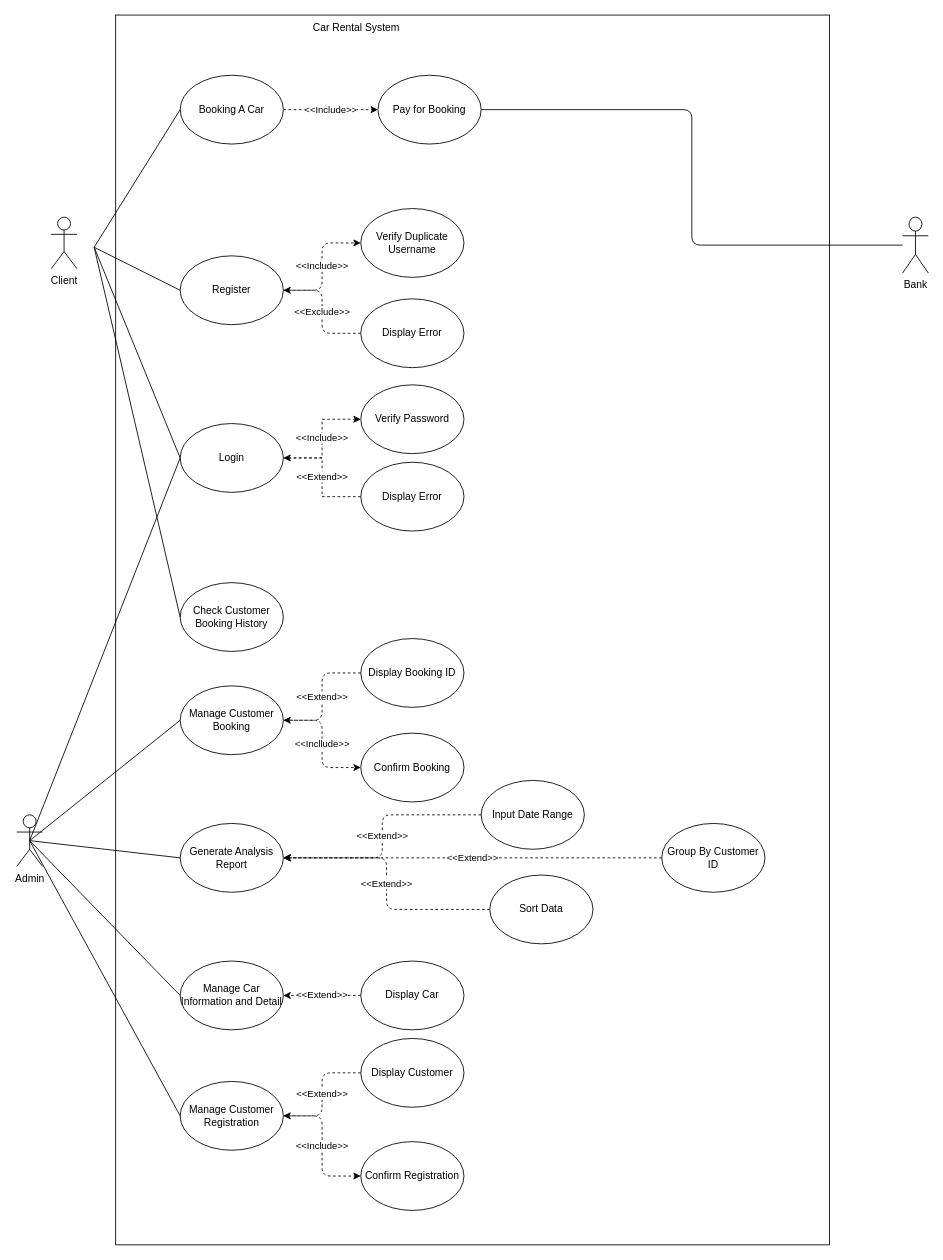
Above: resources/useCaseDiagram.drawio in keyboard-jo/java-project (draw.io), before the change. Source tidied: cells renumbered, new cells numbered last; positions are measured from the earlier drawing's top-left corner, leaving out a move shared by most shapes. Both pictures are drawn from the tidied source at 86%, with x=0, y=0 at pixel (16, 15).
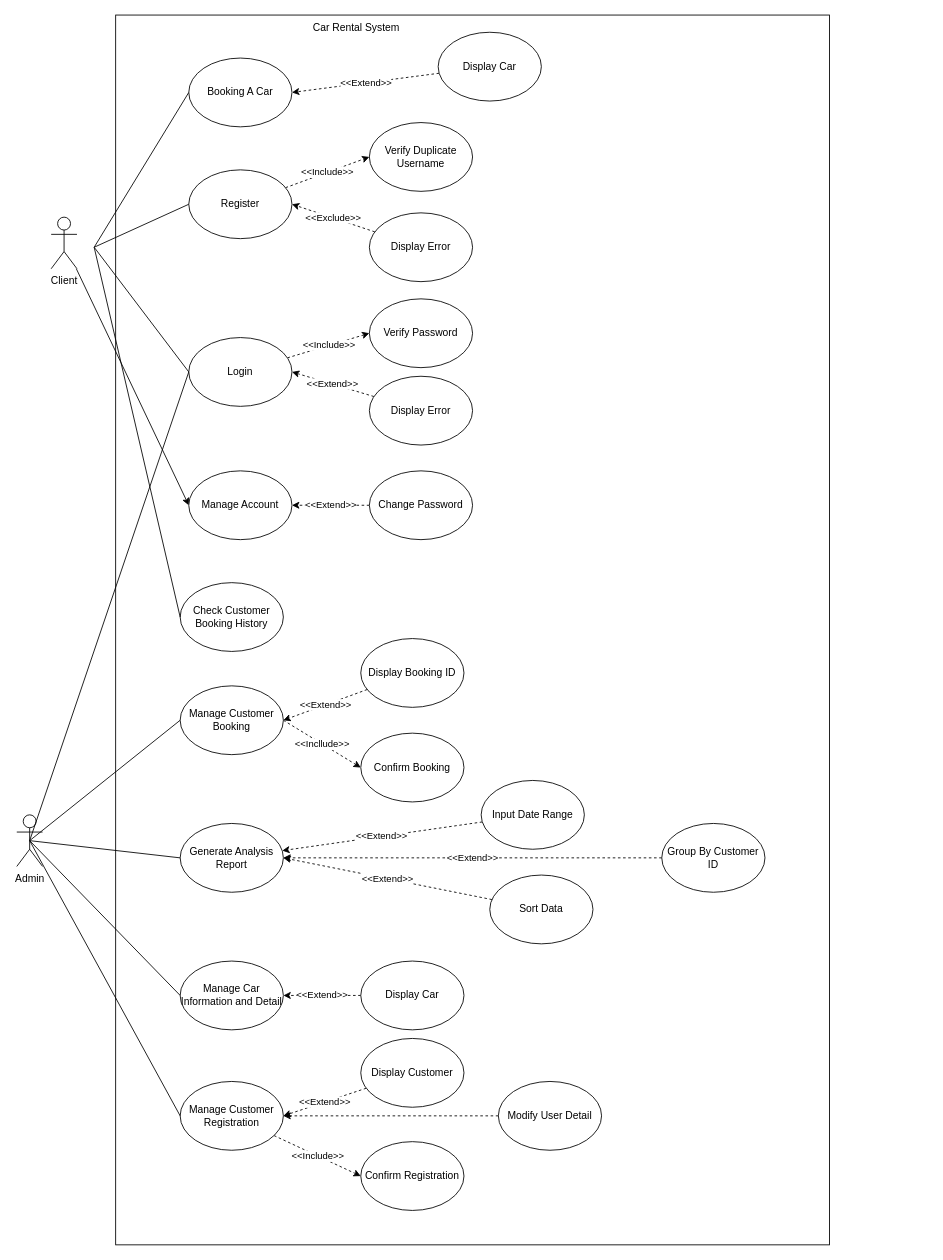
The same page after the edit.

Unchanged cells that the change refers to:
```xml
<mxCell id="16" value="Client" style="shape=umlActor;verticalLabelPosition=bottom;verticalAlign=top;html=1;outlineConnect=0;" parent="1" vertex="1">
  <mxGeometry x="40" y="235" width="30" height="60" as="geometry" />
</mxCell>
<mxCell id="18" value="Generate Analysis Report" style="ellipse;whiteSpace=wrap;html=1;" parent="1" vertex="1">
  <mxGeometry x="190" y="940" width="120" height="80" as="geometry" />
</mxCell>
<mxCell id="22" value="Manage Customer Booking" style="ellipse;whiteSpace=wrap;html=1;" parent="1" vertex="1">
  <mxGeometry x="190" y="780" width="120" height="80" as="geometry" />
</mxCell>
<mxCell id="24" value="Manage Customer Registration" style="ellipse;whiteSpace=wrap;html=1;" parent="1" vertex="1">
  <mxGeometry x="190" y="1240" width="120" height="80" as="geometry" />
</mxCell>
<mxCell id="31" value="Confirm Registration" style="ellipse;whiteSpace=wrap;html=1;" parent="1" vertex="1">
  <mxGeometry x="400" y="1310" width="120" height="80" as="geometry" />
</mxCell>
<mxCell id="32" value="Confirm Booking" style="ellipse;whiteSpace=wrap;html=1;" parent="1" vertex="1">
  <mxGeometry x="400" y="835" width="120" height="80" as="geometry" />
</mxCell>
<mxCell id="34" value="Display Booking ID" style="ellipse;whiteSpace=wrap;html=1;" parent="1" vertex="1">
  <mxGeometry x="400" y="725" width="120" height="80" as="geometry" />
</mxCell>
<mxCell id="39" value="Display Customer" style="ellipse;whiteSpace=wrap;html=1;" parent="1" vertex="1">
  <mxGeometry x="400" y="1190" width="120" height="80" as="geometry" />
</mxCell>
<mxCell id="45" value="Input Date Range" style="ellipse;whiteSpace=wrap;html=1;" parent="1" vertex="1">
  <mxGeometry x="540" y="890" width="120" height="80" as="geometry" />
</mxCell>
<mxCell id="49" value="Sort Data" style="ellipse;whiteSpace=wrap;html=1;" parent="1" vertex="1">
  <mxGeometry x="550" y="1000" width="120" height="80" as="geometry" />
</mxCell>
```

Diff of the diagram source:
```diff
@@
-    <mxCell id="4" value="&amp;lt;&amp;lt;Include&amp;gt;&amp;gt;" style="edgeStyle=orthogonalEdgeStyle;html=1;entryX=0;entryY=0.5;entryDx=0;entryDy=0;dashed=1;" parent="1" edge="1" source="5" target="35">
+    <mxCell id="4" value="&amp;lt;&amp;lt;Include&amp;gt;&amp;gt;" style="html=1;entryX=0;entryY=0.5;entryDx=0;entryDy=0;dashed=1;" parent="1" edge="1" source="5" target="35">
       <mxGeometry relative="1" as="geometry" />
     </mxCell>
     <mxCell id="5" value="Register" style="ellipse;whiteSpace=wrap;html=1;" parent="1" vertex="1">
-      <mxGeometry x="190" y="280" width="120" height="80" as="geometry" />
+      <mxGeometry x="200" y="180" width="120" height="80" as="geometry" />
     </mxCell>
-    <mxCell id="6" value="&amp;lt;&amp;lt;Include&amp;gt;&amp;gt;" style="edgeStyle=orthogonalEdgeStyle;rounded=0;jettySize=auto;html=1;entryX=0;entryY=0.5;entryDx=0;entryDy=0;dashed=1;startArrow=none;startFill=0;endArrow=classic;endFill=1;" parent="1" edge="1" source="7" target="14">
+    <mxCell id="6" value="&amp;lt;&amp;lt;Include&amp;gt;&amp;gt;" style="rounded=0;jettySize=auto;html=1;entryX=0;entryY=0.5;entryDx=0;entryDy=0;dashed=1;startArrow=none;startFill=0;endArrow=classic;endFill=1;" parent="1" edge="1" source="7" target="14">
       <mxGeometry relative="1" as="geometry" />
     </mxCell>
     <mxCell id="7" value="Login" style="ellipse;whiteSpace=wrap;html=1;" parent="1" vertex="1">
-      <mxGeometry x="190" y="475" width="120" height="80" as="geometry" />
+      <mxGeometry x="200" y="375" width="120" height="80" as="geometry" />
     </mxCell>
-    <mxCell id="8" value="&amp;lt;&amp;lt;Include&amp;gt;&amp;gt;" style="edgeStyle=none;html=1;entryX=0;entryY=0.5;entryDx=0;entryDy=0;dashed=1;" parent="1" edge="1" source="9" target="50">
-      <mxGeometry relative="1" as="geometry" />
-    </mxCell>
     <mxCell id="9" value="Booking A Car" style="ellipse;whiteSpace=wrap;html=1;" parent="1" vertex="1">
-      <mxGeometry x="190" y="70" width="120" height="80" as="geometry" />
+      <mxGeometry x="200" y="50" width="120" height="80" as="geometry" />
     </mxCell>
@@
     <mxCell id="14" value="Verify Password" style="ellipse;whiteSpace=wrap;html=1;" parent="1" vertex="1">
-      <mxGeometry x="400" y="430" width="120" height="80" as="geometry" />
+      <mxGeometry x="410" y="330" width="120" height="80" as="geometry" />
     </mxCell>
@@
+    <mxCell id="51" style="edgeStyle=none;html=1;entryX=0;entryY=0.5;entryDx=0;entryDy=0;" parent="1" edge="1" source="16" target="40">
+      <mxGeometry relative="1" as="geometry" />
+    </mxCell>
@@
-    <mxCell id="21" value="&amp;lt;&amp;lt;Incllude&amp;gt;&amp;gt;" style="edgeStyle=orthogonalEdgeStyle;html=1;entryX=0;entryY=0.5;entryDx=0;entryDy=0;dashed=1;" parent="1" edge="1" source="22" target="32">
+    <mxCell id="21" value="&amp;lt;&amp;lt;Incllude&amp;gt;&amp;gt;" style="html=1;entryX=0;entryY=0.5;entryDx=0;entryDy=0;dashed=1;exitX=1;exitY=0.5;exitDx=0;exitDy=0;" parent="1" edge="1" source="22" target="32">
       <mxGeometry relative="1" as="geometry" />
     </mxCell>
@@
-    <mxCell id="23" value="&amp;lt;&amp;lt;Include&amp;gt;&amp;gt;" style="edgeStyle=orthogonalEdgeStyle;html=1;entryX=0;entryY=0.5;entryDx=0;entryDy=0;dashed=1;" parent="1" edge="1" source="24" target="31">
+    <mxCell id="23" value="&amp;lt;&amp;lt;Include&amp;gt;&amp;gt;" style="html=1;entryX=0;entryY=0.5;entryDx=0;entryDy=0;dashed=1;" parent="1" edge="1" source="24" target="31">
       <mxGeometry relative="1" as="geometry" />
     </mxCell>
@@
-    <mxCell id="27" value="&amp;lt;&amp;lt;Extend&amp;gt;&amp;gt;" style="edgeStyle=orthogonalEdgeStyle;rounded=0;jettySize=auto;html=1;entryX=1;entryY=0.5;entryDx=0;entryDy=0;dashed=1;startArrow=none;startFill=0;endArrow=classic;endFill=1;" parent="1" edge="1" source="28" target="7">
+    <mxCell id="27" value="&amp;lt;&amp;lt;Extend&amp;gt;&amp;gt;" style="rounded=0;jettySize=auto;html=1;entryX=1;entryY=0.5;entryDx=0;entryDy=0;dashed=1;startArrow=none;startFill=0;endArrow=classic;endFill=1;" parent="1" edge="1" source="28" target="7">
       <mxGeometry relative="1" as="geometry" />
     </mxCell>
     <mxCell id="28" value="Display Error" style="ellipse;whiteSpace=wrap;html=1;" parent="1" vertex="1">
-      <mxGeometry x="400" y="520" width="120" height="80" as="geometry" />
+      <mxGeometry x="410" y="420" width="120" height="80" as="geometry" />
     </mxCell>
@@
-    <mxCell id="33" value="&amp;lt;&amp;lt;Extend&amp;gt;&amp;gt;" style="edgeStyle=orthogonalEdgeStyle;html=1;entryX=1;entryY=0.5;entryDx=0;entryDy=0;dashed=1;" parent="1" edge="1" source="34" target="22">
+    <mxCell id="33" value="&amp;lt;&amp;lt;Extend&amp;gt;&amp;gt;" style="html=1;entryX=1;entryY=0.5;entryDx=0;entryDy=0;dashed=1;" parent="1" edge="1" source="34" target="22">
       <mxGeometry relative="1" as="geometry" />
     </mxCell>
@@
     <mxCell id="35" value="Verify Duplicate Username" style="ellipse;whiteSpace=wrap;html=1;" parent="1" vertex="1">
-      <mxGeometry x="400" y="225" width="120" height="80" as="geometry" />
+      <mxGeometry x="410" y="125" width="120" height="80" as="geometry" />
     </mxCell>
-    <mxCell id="36" value="&amp;lt;&amp;lt;Exclude&amp;gt;&amp;gt;" style="edgeStyle=orthogonalEdgeStyle;html=1;entryX=1;entryY=0.5;entryDx=0;entryDy=0;dashed=1;" parent="1" edge="1" source="37" target="5">
+    <mxCell id="36" value="&amp;lt;&amp;lt;Exclude&amp;gt;&amp;gt;" style="html=1;entryX=1;entryY=0.5;entryDx=0;entryDy=0;dashed=1;" parent="1" edge="1" source="37" target="5">
       <mxGeometry relative="1" as="geometry" />
     </mxCell>
     <mxCell id="37" value="Display Error" style="ellipse;whiteSpace=wrap;html=1;" parent="1" vertex="1">
-      <mxGeometry x="400" y="330" width="120" height="80" as="geometry" />
+      <mxGeometry x="410" y="230" width="120" height="80" as="geometry" />
     </mxCell>
-    <mxCell id="38" value="&amp;lt;&amp;lt;Extend&amp;gt;&amp;gt;" style="edgeStyle=orthogonalEdgeStyle;html=1;entryX=1;entryY=0.5;entryDx=0;entryDy=0;dashed=1;" parent="1" edge="1" source="39" target="24">
+    <mxCell id="38" value="&amp;lt;&amp;lt;Extend&amp;gt;&amp;gt;" style="html=1;entryX=1;entryY=0.5;entryDx=0;entryDy=0;dashed=1;" parent="1" edge="1" source="39" target="24">
       <mxGeometry relative="1" as="geometry" />
     </mxCell>
@@
-    <mxCell id="40" style="edgeStyle=orthogonalEdgeStyle;html=1;entryX=1;entryY=0.5;entryDx=0;entryDy=0;endArrow=none;endFill=0;" parent="1" edge="1" source="41" target="50">
-      <mxGeometry relative="1" as="geometry" />
-    </mxCell>
-    <mxCell id="41" value="Bank" style="shape=umlActor;verticalLabelPosition=bottom;verticalAlign=top;html=1;outlineConnect=0;" parent="1" vertex="1">
-      <mxGeometry x="1030" y="235" width="30" height="65" as="geometry" />
-    </mxCell>
@@
-    <mxCell id="44" value="&amp;lt;&amp;lt;Extend&amp;gt;&amp;gt;" style="edgeStyle=orthogonalEdgeStyle;html=1;dashed=1;" parent="1" edge="1" source="45" target="18">
+    <mxCell id="44" value="&amp;lt;&amp;lt;Extend&amp;gt;&amp;gt;" style="html=1;dashed=1;" parent="1" edge="1" source="45" target="18">
       <mxGeometry relative="1" as="geometry" />
     </mxCell>
@@
-    <mxCell id="48" value="&amp;lt;&amp;lt;Extend&amp;gt;&amp;gt;" style="edgeStyle=orthogonalEdgeStyle;html=1;entryX=1;entryY=0.5;entryDx=0;entryDy=0;dashed=1;" parent="1" edge="1" source="49" target="18">
+    <mxCell id="48" value="&amp;lt;&amp;lt;Extend&amp;gt;&amp;gt;" style="html=1;entryX=1;entryY=0.5;entryDx=0;entryDy=0;dashed=1;" parent="1" edge="1" source="49" target="18">
       <mxGeometry relative="1" as="geometry" />
     </mxCell>
@@
-    <mxCell id="50" value="Pay for Booking" style="ellipse;whiteSpace=wrap;html=1;" parent="1" vertex="1">
-      <mxGeometry x="420" y="70" width="120" height="80" as="geometry" />
-    </mxCell>
+    <mxCell id="40" value="Manage Account" style="ellipse;whiteSpace=wrap;html=1;" parent="1" vertex="1">
+      <mxGeometry x="200" y="530" width="120" height="80" as="geometry" />
+    </mxCell>
+    <mxCell id="52" value="&amp;lt;&amp;lt;Extend&amp;gt;&amp;gt;" style="edgeStyle=none;html=1;entryX=1;entryY=0.5;entryDx=0;entryDy=0;dashed=1;" parent="1" edge="1" source="53" target="40">
+      <mxGeometry relative="1" as="geometry" />
+    </mxCell>
+    <mxCell id="53" value="Change Password" style="ellipse;whiteSpace=wrap;html=1;" parent="1" vertex="1">
+      <mxGeometry x="410" y="530" width="120" height="80" as="geometry" />
+    </mxCell>
+    <mxCell id="54" style="edgeStyle=none;html=1;entryX=1;entryY=0.5;entryDx=0;entryDy=0;dashed=1;" parent="1" edge="1" source="55" target="24">
+      <mxGeometry relative="1" as="geometry" />
+    </mxCell>
+    <mxCell id="55" value="Modify User Detail" style="ellipse;whiteSpace=wrap;html=1;" parent="1" vertex="1">
+      <mxGeometry x="560" y="1240" width="120" height="80" as="geometry" />
+    </mxCell>
+    <mxCell id="56" value="&amp;lt;&amp;lt;Extend&amp;gt;&amp;gt;" style="edgeStyle=none;html=1;entryX=1;entryY=0.5;entryDx=0;entryDy=0;dashed=1;" parent="1" edge="1" source="57" target="9">
+      <mxGeometry relative="1" as="geometry" />
+    </mxCell>
+    <mxCell id="57" value="Display Car" style="ellipse;whiteSpace=wrap;html=1;" parent="1" vertex="1">
+      <mxGeometry x="490" y="20" width="120" height="80" as="geometry" />
+    </mxCell>
```
